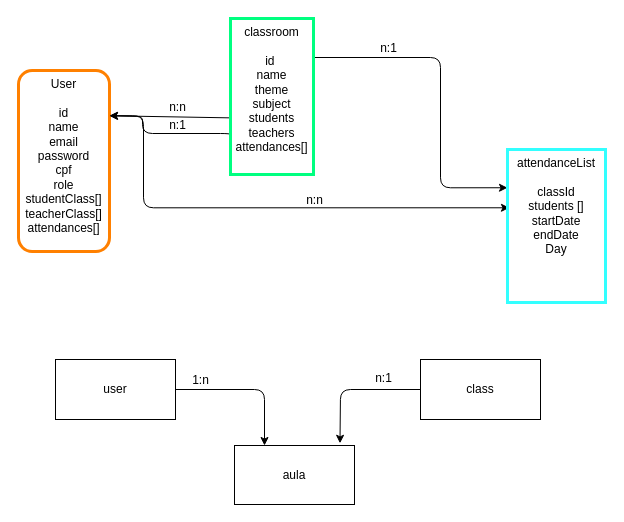
Before: page "Página-1" (1 of 4) of server/project.drawio in Leonardo-KF/C0017-Back2, a draw.io diagram. Source tidied: cells renumbered, new cells numbered last; positions are measured from the earlier drawing's top-left corner, leaving out a move shared by most shapes. Both pictures are drawn from the tidied source at 100%, with x=0, y=0 at pixel (18, 18).
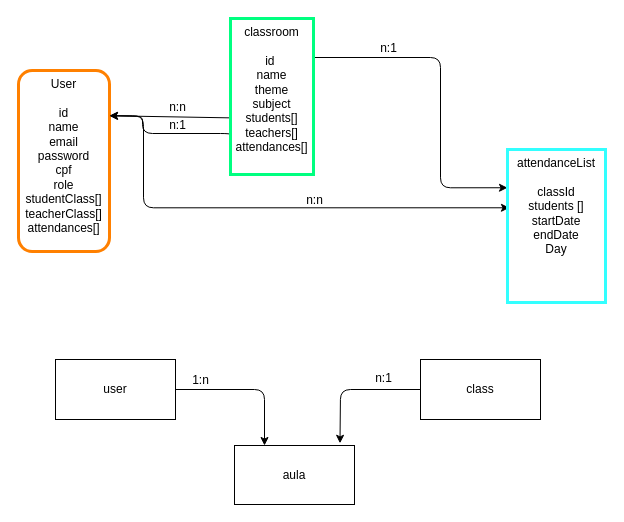
Above is the later version.

Commit message (it also covers changes not shown here):
feat: create classroom repositories

The edit, as a diff of the source:
```diff
@@
-    <mxCell id="7" value="classroom&lt;br&gt;&lt;br&gt;id&amp;nbsp;&lt;br&gt;name&lt;br&gt;theme&lt;br&gt;subject&lt;br&gt;students&lt;br&gt;teachers&lt;br&gt;attendances[]" style="whiteSpace=wrap;html=1;strokeColor=#00FF80;strokeWidth=3;verticalAlign=top;" parent="1" vertex="1">
+    <mxCell id="7" value="classroom&lt;br&gt;&lt;br&gt;id&amp;nbsp;&lt;br&gt;name&lt;br&gt;theme&lt;br&gt;subject&lt;br&gt;students[]&lt;br&gt;teachers[]&lt;br&gt;attendances[]" style="whiteSpace=wrap;html=1;strokeColor=#00FF80;strokeWidth=3;verticalAlign=top;" parent="1" vertex="1">
       <mxGeometry x="212" width="83" height="156" as="geometry" />
     </mxCell>
```
